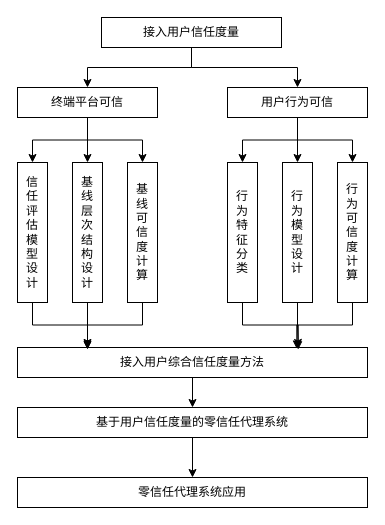
This is testDirectory/论文研究路线.drawio from Moose1273/-, a draw.io file, before an edit. Source tidied: cells renumbered, new cells numbered last; positions are measured from the earlier drawing's top-left corner, leaving out a move shared by most shapes. Both pictures are drawn from the tidied source at 100%, with x=0, y=0 at pixel (17, 17).
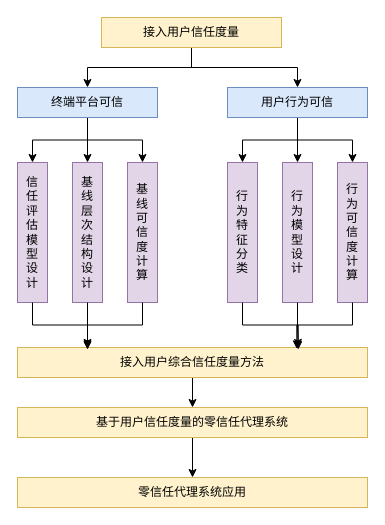
The same page after the edit.

Commit message (it also covers changes not shown here):
更新论文研究路线.drawio

Change to the diagram source:
```diff
@@
-    <mxCell id="4" value="接入用户信任度量" style="rounded=0;whiteSpace=wrap;html=1;" parent="1" vertex="1">
+    <mxCell id="4" value="接入用户信任度量" style="rounded=0;whiteSpace=wrap;html=1;fillColor=#fff2cc;strokeColor=#d6b656;" parent="1" vertex="1">
       <mxGeometry x="84" width="180" height="30" as="geometry" />
     </mxCell>
@@
-    <mxCell id="8" value="终端平台可信" style="rounded=0;whiteSpace=wrap;html=1;" parent="1" vertex="1">
+    <mxCell id="8" value="终端平台可信" style="rounded=0;whiteSpace=wrap;html=1;fillColor=#dae8fc;strokeColor=#6c8ebf;" parent="1" vertex="1">
       <mxGeometry y="70" width="140" height="30" as="geometry" />
     </mxCell>
@@
-    <mxCell id="12" value="用户行为可信" style="rounded=0;whiteSpace=wrap;html=1;" parent="1" vertex="1">
+    <mxCell id="12" value="用户行为可信" style="rounded=0;whiteSpace=wrap;html=1;fillColor=#dae8fc;strokeColor=#6c8ebf;" parent="1" vertex="1">
       <mxGeometry x="210" y="70" width="140" height="30" as="geometry" />
     </mxCell>
-    <mxCell id="13" value="&lt;div&gt;基&lt;/div&gt;&lt;div&gt;线&lt;/div&gt;&lt;div&gt;层&lt;/div&gt;&lt;div&gt;次&lt;/div&gt;&lt;div&gt;结&lt;/div&gt;&lt;div&gt;构&lt;/div&gt;&lt;div&gt;设&lt;/div&gt;&lt;div&gt;计&lt;/div&gt;" style="rounded=0;whiteSpace=wrap;html=1;direction=south;" parent="1" vertex="1">
+    <mxCell id="13" value="&lt;div&gt;基&lt;/div&gt;&lt;div&gt;线&lt;/div&gt;&lt;div&gt;层&lt;/div&gt;&lt;div&gt;次&lt;/div&gt;&lt;div&gt;结&lt;/div&gt;&lt;div&gt;构&lt;/div&gt;&lt;div&gt;设&lt;/div&gt;&lt;div&gt;计&lt;/div&gt;" style="rounded=0;whiteSpace=wrap;html=1;direction=south;fillColor=#e1d5e7;strokeColor=#9673a6;" parent="1" vertex="1">
       <mxGeometry x="55" y="145" width="30" height="140" as="geometry" />
     </mxCell>
-    <mxCell id="14" value="&lt;div&gt;信&lt;/div&gt;&lt;div&gt;任&lt;/div&gt;&lt;div&gt;评&lt;/div&gt;&lt;div&gt;估&lt;/div&gt;&lt;div&gt;模&lt;/div&gt;&lt;div&gt;型&lt;/div&gt;&lt;div&gt;设&lt;/div&gt;&lt;div&gt;计&lt;/div&gt;" style="rounded=0;whiteSpace=wrap;html=1;direction=south;" parent="1" vertex="1">
+    <mxCell id="14" value="&lt;div&gt;信&lt;/div&gt;&lt;div&gt;任&lt;/div&gt;&lt;div&gt;评&lt;/div&gt;&lt;div&gt;估&lt;/div&gt;&lt;div&gt;模&lt;/div&gt;&lt;div&gt;型&lt;/div&gt;&lt;div&gt;设&lt;/div&gt;&lt;div&gt;计&lt;/div&gt;" style="rounded=0;whiteSpace=wrap;html=1;direction=south;fillColor=#e1d5e7;strokeColor=#9673a6;" parent="1" vertex="1">
       <mxGeometry y="145" width="30" height="140" as="geometry" />
     </mxCell>
-    <mxCell id="15" value="基&lt;div&gt;线&lt;/div&gt;&lt;div&gt;可&lt;/div&gt;&lt;div&gt;信&lt;/div&gt;&lt;div&gt;度&lt;/div&gt;&lt;div&gt;计&lt;/div&gt;&lt;div&gt;算&lt;/div&gt;" style="rounded=0;whiteSpace=wrap;html=1;direction=south;" parent="1" vertex="1">
+    <mxCell id="15" value="基&lt;div&gt;线&lt;/div&gt;&lt;div&gt;可&lt;/div&gt;&lt;div&gt;信&lt;/div&gt;&lt;div&gt;度&lt;/div&gt;&lt;div&gt;计&lt;/div&gt;&lt;div&gt;算&lt;/div&gt;" style="rounded=0;whiteSpace=wrap;html=1;direction=south;fillColor=#e1d5e7;strokeColor=#9673a6;" parent="1" vertex="1">
       <mxGeometry x="110" y="145" width="30" height="140" as="geometry" />
     </mxCell>
-    <mxCell id="16" value="行&lt;div&gt;为&lt;/div&gt;&lt;div&gt;特&lt;/div&gt;&lt;div&gt;征&lt;/div&gt;&lt;div&gt;分&lt;/div&gt;&lt;div&gt;类&lt;/div&gt;" style="rounded=0;whiteSpace=wrap;html=1;direction=south;" parent="1" vertex="1">
+    <mxCell id="16" value="行&lt;div&gt;为&lt;/div&gt;&lt;div&gt;特&lt;/div&gt;&lt;div&gt;征&lt;/div&gt;&lt;div&gt;分&lt;/div&gt;&lt;div&gt;类&lt;/div&gt;" style="rounded=0;whiteSpace=wrap;html=1;direction=south;fillColor=#e1d5e7;strokeColor=#9673a6;" parent="1" vertex="1">
       <mxGeometry x="210" y="145" width="30" height="140" as="geometry" />
     </mxCell>
-    <mxCell id="17" value="行&lt;div&gt;为&lt;/div&gt;&lt;div&gt;模&lt;/div&gt;&lt;div&gt;型&lt;/div&gt;&lt;div&gt;设&lt;/div&gt;&lt;div&gt;计&lt;/div&gt;" style="rounded=0;whiteSpace=wrap;html=1;direction=south;" parent="1" vertex="1">
+    <mxCell id="17" value="行&lt;div&gt;为&lt;/div&gt;&lt;div&gt;模&lt;/div&gt;&lt;div&gt;型&lt;/div&gt;&lt;div&gt;设&lt;/div&gt;&lt;div&gt;计&lt;/div&gt;" style="rounded=0;whiteSpace=wrap;html=1;direction=south;fillColor=#e1d5e7;strokeColor=#9673a6;" parent="1" vertex="1">
       <mxGeometry x="265" y="145" width="30" height="140" as="geometry" />
     </mxCell>
-    <mxCell id="18" value="行&lt;div&gt;为&lt;/div&gt;&lt;div&gt;可&lt;/div&gt;&lt;div&gt;信&lt;/div&gt;&lt;div&gt;度&lt;/div&gt;&lt;div&gt;计&lt;/div&gt;&lt;div&gt;算&lt;/div&gt;" style="rounded=0;whiteSpace=wrap;html=1;direction=south;" parent="1" vertex="1">
+    <mxCell id="18" value="行&lt;div&gt;为&lt;/div&gt;&lt;div&gt;可&lt;/div&gt;&lt;div&gt;信&lt;/div&gt;&lt;div&gt;度&lt;/div&gt;&lt;div&gt;计&lt;/div&gt;&lt;div&gt;算&lt;/div&gt;" style="rounded=0;whiteSpace=wrap;html=1;direction=south;fillColor=#e1d5e7;strokeColor=#9673a6;" parent="1" vertex="1">
       <mxGeometry x="320" y="145" width="30" height="140" as="geometry" />
     </mxCell>
@@
-    <mxCell id="20" value="接入用户综合信任度量方法" style="rounded=0;whiteSpace=wrap;html=1;" parent="1" vertex="1">
+    <mxCell id="20" value="接入用户综合信任度量方法" style="rounded=0;whiteSpace=wrap;html=1;fillColor=#fff2cc;strokeColor=#d6b656;" parent="1" vertex="1">
       <mxGeometry y="330" width="350" height="30" as="geometry" />
     </mxCell>
@@
-    <mxCell id="22" value="基于用户信任度量的零信任代理系统" style="rounded=0;whiteSpace=wrap;html=1;" parent="1" vertex="1">
+    <mxCell id="22" value="基于用户信任度量的零信任代理系统" style="rounded=0;whiteSpace=wrap;html=1;fillColor=#fff2cc;strokeColor=#d6b656;" parent="1" vertex="1">
       <mxGeometry y="390" width="350" height="30" as="geometry" />
     </mxCell>
-    <mxCell id="23" value="零信任代理系统应用" style="rounded=0;whiteSpace=wrap;html=1;" parent="1" vertex="1">
+    <mxCell id="23" value="零信任代理系统应用" style="rounded=0;whiteSpace=wrap;html=1;fillColor=#fff2cc;strokeColor=#d6b656;" parent="1" vertex="1">
       <mxGeometry y="460" width="350" height="30" as="geometry" />
     </mxCell>
```
